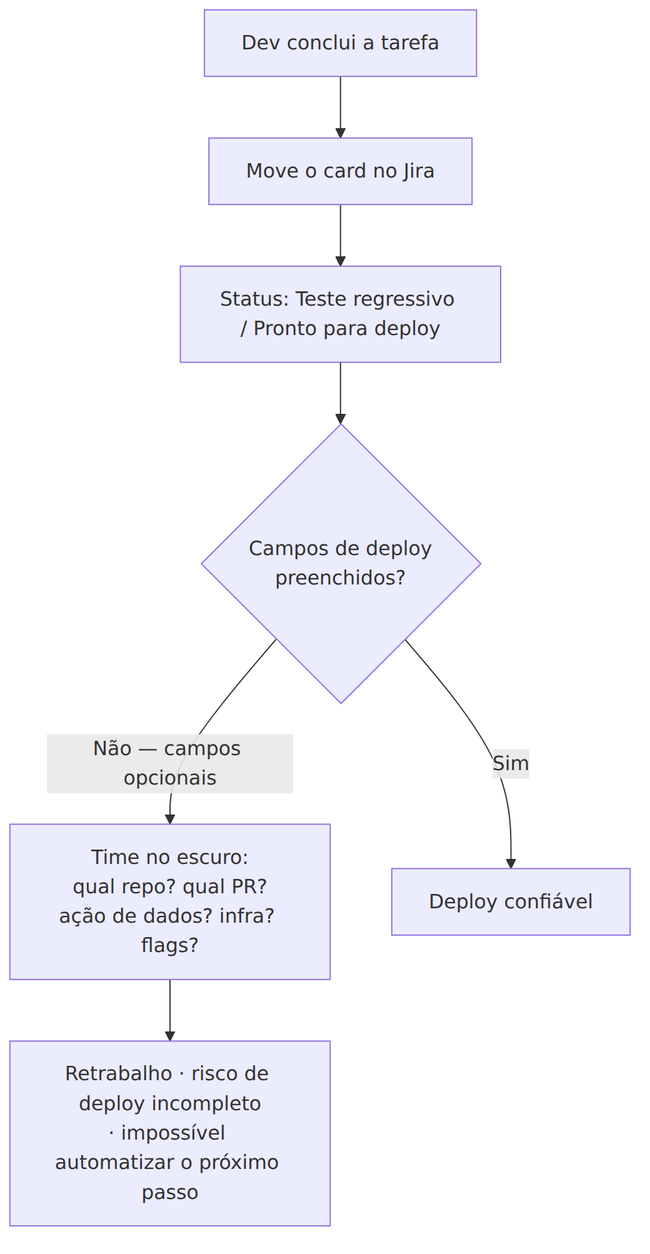
The Mermaid diagram docs/diagramas/02-problema.png in BertoRcsb/workflow-automation-management, before a commit. Its source is kept beside it as docs/diagramas/02-problema.mmd. The source it was exported from:
```mermaid
flowchart TD
    D["Dev conclui a tarefa"] --> M["Move o card no Jira"]
    M --> St["Status: Teste regressivo / Pronto para deploy"]
    St --> V{"Campos de deploy<br>preenchidos?"}
    V -->|"Não — campos opcionais"| X["Time no escuro:<br>qual repo? qual PR?<br>ação de dados? infra? flags?"]
    X --> R["Retrabalho · risco de deploy incompleto<br>· impossível automatizar o próximo passo"]
    V -->|Sim| OK["Deploy confiável"]
```
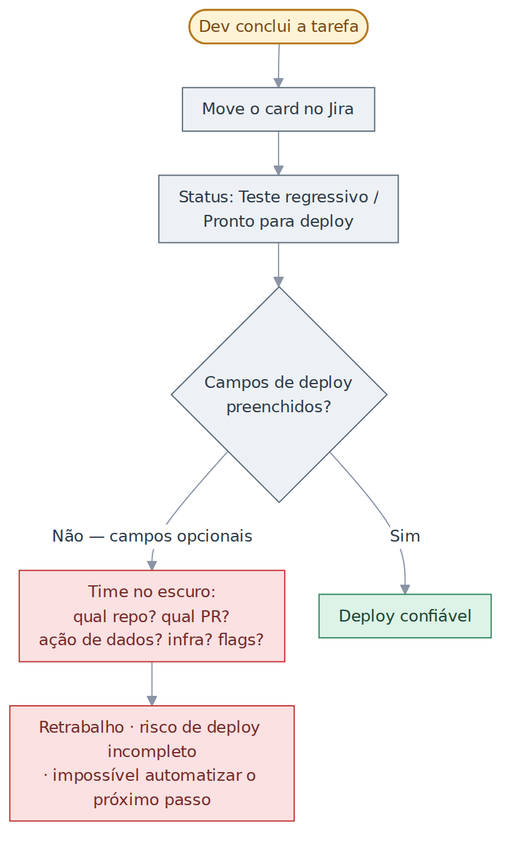
The same diagram one commit later.

What changed in the source:
```diff
@@ -1,7 +1,13 @@
+%%{init: {"theme":"base","themeVariables":{"fontFamily":"Segoe UI, Helvetica, Arial, sans-serif","fontSize":"13px","lineColor":"#8A94A6","primaryColor":"#EDF1F5","primaryBorderColor":"#5A6B7B","primaryTextColor":"#2D3B48","clusterBkg":"#FAFBFC","clusterBorder":"#D5DBE3","edgeLabelBackground":"#FFFFFF"},"flowchart":{"curve":"basis","nodeSpacing":28,"rankSpacing":36,"padding":8}}}%%
 flowchart TD
-    D["Dev conclui a tarefa"] --> M["Move o card no Jira"]
-    M --> St["Status: Teste regressivo / Pronto para deploy"]
-    St --> V{"Campos de deploy<br>preenchidos?"}
-    V -->|"Não — campos opcionais"| X["Time no escuro:<br>qual repo? qual PR?<br>ação de dados? infra? flags?"]
-    X --> R["Retrabalho · risco de deploy incompleto<br>· impossível automatizar o próximo passo"]
-    V -->|Sim| OK["Deploy confiável"]
+    D(["Dev conclui a tarefa"]):::humano --> M["Move o card no Jira"]:::io
+    M --> St["Status: Teste regressivo /<br>Pronto para deploy"]:::io
+    St --> V{"Campos de deploy<br>preenchidos?"}:::io
+    V -->|"Não — campos opcionais"| X["Time no escuro:<br>qual repo? qual PR?<br>ação de dados? infra? flags?"]:::alerta
+    X --> R["Retrabalho · risco de deploy incompleto<br>· impossível automatizar o próximo passo"]:::alerta
+    V -->|Sim| OK["Deploy confiável"]:::det
+    classDef humano fill:#FFF3D6,stroke:#B7791F,color:#7B4B12,stroke-width:1.5px
+    classDef llm fill:#E8ECFB,stroke:#4C5FD5,color:#2A3577
+    classDef det fill:#DDF3E7,stroke:#2F855A,color:#1C4532
+    classDef io fill:#EDF1F5,stroke:#5A6B7B,color:#2D3B48
+    classDef alerta fill:#FBE1E1,stroke:#C53030,color:#742A2A
```
